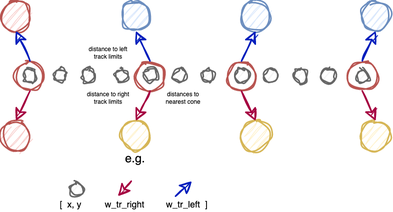
Above: img/Optimization_Service_Input_Transformer_3.png in Beomar97/path-planning-docs (draw.io), before the change. Source tidied: cells renumbered, new cells last; positions are measured from the earlier drawing's top-left corner, leaving out a move shared by most shapes.
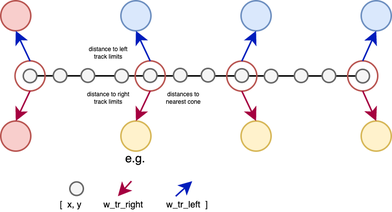
After the commit.

Diff of the diagram source:
```diff
@@ -2,140 +2,146 @@
   <root>
     <mxCell id="0" />
     <mxCell id="1" parent="0" />
-    <mxCell id="2" style="ellipse;whiteSpace=wrap;html=1;sketch=1;fillColor=#dae8fc;strokeColor=#6c8ebf;fontFamily=Helvetica;" parent="1" vertex="1">
-      <mxGeometry x="80" width="20" height="20" as="geometry" />
+    <mxCell id="2" style="endArrow=none;html=1;rounded=0;sketch=0;entryX=1;entryY=0.5;entryDx=0;entryDy=0;exitX=0;exitY=0.5;exitDx=0;exitDy=0;" parent="1" edge="1">
+      <mxGeometry relative="1" as="geometry">
+        <mxPoint x="15" y="49.9" as="sourcePoint" />
+        <mxPoint x="245.5" y="50" as="targetPoint" />
+      </mxGeometry>
     </mxCell>
-    <mxCell id="3" style="ellipse;whiteSpace=wrap;html=1;sketch=1;fillColor=#dae8fc;strokeColor=#6c8ebf;fontFamily=Helvetica;" parent="1" vertex="1">
-      <mxGeometry x="160" width="20" height="20" as="geometry" />
+    <mxCell id="3" style="ellipse;whiteSpace=wrap;html=1;sketch=0;fillColor=#dae8fc;strokeColor=#6c8ebf;fontFamily=Helvetica;" parent="1" vertex="1">
+      <mxGeometry x="80" width="20" height="20" as="geometry" />
     </mxCell>
-    <mxCell id="4" style="ellipse;whiteSpace=wrap;html=1;sketch=1;fillColor=#dae8fc;strokeColor=#6c8ebf;fontFamily=Helvetica;" parent="1" vertex="1">
-      <mxGeometry x="240" width="20" height="20" as="geometry" />
+    <mxCell id="4" style="ellipse;whiteSpace=wrap;html=1;sketch=0;fillColor=#dae8fc;strokeColor=#6c8ebf;fontFamily=Helvetica;" parent="1" vertex="1">
+      <mxGeometry x="160" width="20" height="20" as="geometry" />
     </mxCell>
-    <mxCell id="5" style="ellipse;whiteSpace=wrap;html=1;sketch=1;fillColor=#fff2cc;strokeColor=#d6b656;fontFamily=Helvetica;" parent="1" vertex="1">
-      <mxGeometry x="80" y="80" width="20" height="20" as="geometry" />
+    <mxCell id="5" style="ellipse;whiteSpace=wrap;html=1;sketch=0;fillColor=#dae8fc;strokeColor=#6c8ebf;fontFamily=Helvetica;" parent="1" vertex="1">
+      <mxGeometry x="240" width="20" height="20" as="geometry" />
     </mxCell>
-    <mxCell id="6" style="ellipse;whiteSpace=wrap;html=1;sketch=1;fillColor=#fff2cc;strokeColor=#d6b656;fontFamily=Helvetica;" parent="1" vertex="1">
-      <mxGeometry x="160" y="80" width="20" height="20" as="geometry" />
+    <mxCell id="6" style="ellipse;whiteSpace=wrap;html=1;sketch=0;fillColor=#fff2cc;strokeColor=#d6b656;fontFamily=Helvetica;" parent="1" vertex="1">
+      <mxGeometry x="80" y="80" width="20" height="20" as="geometry" />
     </mxCell>
-    <mxCell id="7" style="ellipse;whiteSpace=wrap;html=1;sketch=1;fillColor=#fff2cc;strokeColor=#d6b656;fontFamily=Helvetica;" parent="1" vertex="1">
-      <mxGeometry x="240" y="80" width="20" height="20" as="geometry" />
+    <mxCell id="7" style="ellipse;whiteSpace=wrap;html=1;sketch=0;fillColor=#fff2cc;strokeColor=#d6b656;fontFamily=Helvetica;" parent="1" vertex="1">
+      <mxGeometry x="160" y="80" width="20" height="20" as="geometry" />
     </mxCell>
-    <mxCell id="8" style="ellipse;whiteSpace=wrap;html=1;sketch=1;fillColor=#f5f5f5;strokeColor=#666666;fontColor=#333333;fontFamily=Helvetica;" parent="1" vertex="1">
-      <mxGeometry x="15" y="45.5" width="9" height="9" as="geometry" />
+    <mxCell id="8" style="ellipse;whiteSpace=wrap;html=1;sketch=0;fillColor=#fff2cc;strokeColor=#d6b656;fontFamily=Helvetica;" parent="1" vertex="1">
+      <mxGeometry x="240" y="80" width="20" height="20" as="geometry" />
     </mxCell>
-    <mxCell id="9" style="ellipse;whiteSpace=wrap;html=1;sketch=1;fillColor=#f8cecc;strokeColor=#b85450;fontFamily=Helvetica;" parent="1" vertex="1">
-      <mxGeometry width="20" height="20" as="geometry" />
+    <mxCell id="9" style="ellipse;whiteSpace=wrap;html=1;sketch=0;fillColor=#f5f5f5;strokeColor=#666666;fontColor=#333333;fontFamily=Helvetica;" parent="1" vertex="1">
+      <mxGeometry x="15" y="45.5" width="9" height="9" as="geometry" />
     </mxCell>
-    <mxCell id="10" style="ellipse;whiteSpace=wrap;html=1;sketch=1;fillColor=#f8cecc;strokeColor=#b85450;fontFamily=Helvetica;" parent="1" vertex="1">
-      <mxGeometry y="80" width="20" height="20" as="geometry" />
+    <mxCell id="10" style="ellipse;whiteSpace=wrap;html=1;sketch=0;fillColor=#f8cecc;strokeColor=#b85450;fontFamily=Helvetica;" parent="1" vertex="1">
+      <mxGeometry width="20" height="20" as="geometry" />
     </mxCell>
-    <mxCell id="11" style="ellipse;whiteSpace=wrap;html=1;sketch=1;fillColor=#f5f5f5;strokeColor=#666666;fontColor=#333333;fontFamily=Helvetica;" parent="1" vertex="1">
-      <mxGeometry x="35" y="45.2" width="9" height="9" as="geometry" />
+    <mxCell id="11" style="ellipse;whiteSpace=wrap;html=1;sketch=0;fillColor=#f8cecc;strokeColor=#b85450;fontFamily=Helvetica;" parent="1" vertex="1">
+      <mxGeometry y="80" width="20" height="20" as="geometry" />
     </mxCell>
-    <mxCell id="12" style="ellipse;whiteSpace=wrap;html=1;sketch=1;fillColor=#f5f5f5;strokeColor=#666666;fontColor=#333333;fontFamily=Helvetica;" parent="1" vertex="1">
-      <mxGeometry x="53.5" y="45.2" width="9" height="9" as="geometry" />
+    <mxCell id="12" style="ellipse;whiteSpace=wrap;html=1;sketch=0;fillColor=#f5f5f5;strokeColor=#666666;fontColor=#333333;fontFamily=Helvetica;" parent="1" vertex="1">
+      <mxGeometry x="35" y="45.2" width="9" height="9" as="geometry" />
     </mxCell>
-    <mxCell id="13" style="ellipse;whiteSpace=wrap;html=1;sketch=1;fillColor=#f5f5f5;strokeColor=#666666;fontColor=#333333;fontFamily=Helvetica;" parent="1" vertex="1">
-      <mxGeometry x="76" y="45.5" width="9" height="9" as="geometry" />
+    <mxCell id="13" style="ellipse;whiteSpace=wrap;html=1;sketch=0;fillColor=#f5f5f5;strokeColor=#666666;fontColor=#333333;fontFamily=Helvetica;" parent="1" vertex="1">
+      <mxGeometry x="53.5" y="45.2" width="9" height="9" as="geometry" />
     </mxCell>
-    <mxCell id="14" style="ellipse;whiteSpace=wrap;html=1;sketch=1;fillColor=#f5f5f5;strokeColor=#666666;fontColor=#333333;fontFamily=Helvetica;" parent="1" vertex="1">
-      <mxGeometry x="95" y="45.2" width="9" height="9" as="geometry" />
+    <mxCell id="14" style="ellipse;whiteSpace=wrap;html=1;sketch=0;fillColor=#f5f5f5;strokeColor=#666666;fontColor=#333333;fontFamily=Helvetica;" parent="1" vertex="1">
+      <mxGeometry x="76" y="45.5" width="9" height="9" as="geometry" />
     </mxCell>
-    <mxCell id="15" style="ellipse;whiteSpace=wrap;html=1;sketch=1;fillColor=#f5f5f5;strokeColor=#666666;fontColor=#333333;fontFamily=Helvetica;" parent="1" vertex="1">
-      <mxGeometry x="115" y="45" width="9" height="9" as="geometry" />
+    <mxCell id="15" style="ellipse;whiteSpace=wrap;html=1;sketch=0;fillColor=#f5f5f5;strokeColor=#666666;fontColor=#333333;fontFamily=Helvetica;" parent="1" vertex="1">
+      <mxGeometry x="95" y="45.2" width="9" height="9" as="geometry" />
     </mxCell>
-    <mxCell id="16" style="ellipse;whiteSpace=wrap;html=1;sketch=1;fillColor=#f5f5f5;strokeColor=#666666;fontColor=#333333;fontFamily=Helvetica;" parent="1" vertex="1">
-      <mxGeometry x="133.5" y="45" width="9" height="9" as="geometry" />
+    <mxCell id="16" style="ellipse;whiteSpace=wrap;html=1;sketch=0;fillColor=#f5f5f5;strokeColor=#666666;fontColor=#333333;fontFamily=Helvetica;" parent="1" vertex="1">
+      <mxGeometry x="115" y="45" width="9" height="9" as="geometry" />
     </mxCell>
-    <mxCell id="17" style="ellipse;whiteSpace=wrap;html=1;sketch=1;fillColor=#f5f5f5;strokeColor=#666666;fontColor=#333333;fontFamily=Helvetica;" parent="1" vertex="1">
-      <mxGeometry x="156" y="45.2" width="9" height="9" as="geometry" />
+    <mxCell id="17" style="ellipse;whiteSpace=wrap;html=1;sketch=0;fillColor=#f5f5f5;strokeColor=#666666;fontColor=#333333;fontFamily=Helvetica;" parent="1" vertex="1">
+      <mxGeometry x="133.5" y="45" width="9" height="9" as="geometry" />
     </mxCell>
-    <mxCell id="18" style="ellipse;whiteSpace=wrap;html=1;sketch=1;fillColor=#f5f5f5;strokeColor=#666666;fontColor=#333333;fontFamily=Helvetica;" parent="1" vertex="1">
-      <mxGeometry x="175.5" y="45.6" width="9" height="9" as="geometry" />
+    <mxCell id="18" style="ellipse;whiteSpace=wrap;html=1;sketch=0;fillColor=#f5f5f5;strokeColor=#666666;fontColor=#333333;fontFamily=Helvetica;" parent="1" vertex="1">
+      <mxGeometry x="156" y="45.2" width="9" height="9" as="geometry" />
     </mxCell>
-    <mxCell id="19" style="ellipse;whiteSpace=wrap;html=1;sketch=1;fillColor=#f5f5f5;strokeColor=#666666;fontColor=#333333;fontFamily=Helvetica;" parent="1" vertex="1">
-      <mxGeometry x="195.5" y="45.4" width="9" height="9" as="geometry" />
+    <mxCell id="19" style="ellipse;whiteSpace=wrap;html=1;sketch=0;fillColor=#f5f5f5;strokeColor=#666666;fontColor=#333333;fontFamily=Helvetica;" parent="1" vertex="1">
+      <mxGeometry x="175.5" y="45.6" width="9" height="9" as="geometry" />
     </mxCell>
-    <mxCell id="20" style="ellipse;whiteSpace=wrap;html=1;sketch=1;fillColor=#f5f5f5;strokeColor=#666666;fontColor=#333333;fontFamily=Helvetica;" parent="1" vertex="1">
-      <mxGeometry x="214" y="45.4" width="9" height="9" as="geometry" />
+    <mxCell id="20" style="ellipse;whiteSpace=wrap;html=1;sketch=0;fillColor=#f5f5f5;strokeColor=#666666;fontColor=#333333;fontFamily=Helvetica;" parent="1" vertex="1">
+      <mxGeometry x="195.5" y="45.4" width="9" height="9" as="geometry" />
     </mxCell>
-    <mxCell id="21" style="ellipse;whiteSpace=wrap;html=1;sketch=1;fillColor=#f5f5f5;strokeColor=#666666;fontColor=#333333;fontFamily=Helvetica;" parent="1" vertex="1">
-      <mxGeometry x="236.5" y="45.6" width="9" height="9" as="geometry" />
+    <mxCell id="21" style="ellipse;whiteSpace=wrap;html=1;sketch=0;fillColor=#f5f5f5;strokeColor=#666666;fontColor=#333333;fontFamily=Helvetica;" parent="1" vertex="1">
+      <mxGeometry x="214" y="45.4" width="9" height="9" as="geometry" />
     </mxCell>
-    <mxCell id="22" style="ellipse;whiteSpace=wrap;html=1;sketch=1;fillColor=none;strokeColor=#b85450;fontFamily=Helvetica;" parent="1" vertex="1">
-      <mxGeometry x="9.5" y="40" width="20" height="20" as="geometry" />
+    <mxCell id="22" style="ellipse;whiteSpace=wrap;html=1;sketch=0;fillColor=#f5f5f5;strokeColor=#666666;fontColor=#333333;fontFamily=Helvetica;" parent="1" vertex="1">
+      <mxGeometry x="236.5" y="45.6" width="9" height="9" as="geometry" />
     </mxCell>
-    <mxCell id="23" style="ellipse;whiteSpace=wrap;html=1;sketch=1;fillColor=none;strokeColor=#b85450;fontFamily=Helvetica;" parent="1" vertex="1">
-      <mxGeometry x="89.5" y="40" width="20" height="20" as="geometry" />
+    <mxCell id="23" style="ellipse;whiteSpace=wrap;html=1;sketch=0;fillColor=none;strokeColor=#b85450;fontFamily=Helvetica;" parent="1" vertex="1">
+      <mxGeometry x="9.5" y="40" width="20" height="20" as="geometry" />
     </mxCell>
-    <mxCell id="24" style="ellipse;whiteSpace=wrap;html=1;sketch=1;fillColor=none;strokeColor=#b85450;fontFamily=Helvetica;" parent="1" vertex="1">
-      <mxGeometry x="150.5" y="40.1" width="20" height="20" as="geometry" />
+    <mxCell id="24" style="ellipse;whiteSpace=wrap;html=1;sketch=0;fillColor=none;strokeColor=#b85450;fontFamily=Helvetica;" parent="1" vertex="1">
+      <mxGeometry x="89.5" y="40" width="20" height="20" as="geometry" />
     </mxCell>
-    <mxCell id="25" style="ellipse;whiteSpace=wrap;html=1;sketch=1;fillColor=none;strokeColor=#b85450;fontFamily=Helvetica;" parent="1" vertex="1">
-      <mxGeometry x="231" y="40" width="20" height="20" as="geometry" />
+    <mxCell id="25" style="ellipse;whiteSpace=wrap;html=1;sketch=0;fillColor=none;strokeColor=#b85450;fontFamily=Helvetica;" parent="1" vertex="1">
+      <mxGeometry x="150.5" y="40.1" width="20" height="20" as="geometry" />
     </mxCell>
-    <mxCell id="26" style="endArrow=classic;html=1;rounded=0;sketch=1;entryX=0.5;entryY=1;entryDx=0;entryDy=0;exitX=0.5;exitY=0;exitDx=0;exitDy=0;fillColor=#0050ef;strokeColor=#001DBC;fontFamily=Helvetica;" parent="1" edge="1" source="22" target="9">
-      <mxGeometry relative="1" as="geometry" />
+    <mxCell id="26" style="ellipse;whiteSpace=wrap;html=1;sketch=0;fillColor=none;strokeColor=#b85450;fontFamily=Helvetica;" parent="1" vertex="1">
+      <mxGeometry x="231" y="40" width="20" height="20" as="geometry" />
     </mxCell>
-    <mxCell id="27" style="endArrow=classic;html=1;rounded=0;sketch=1;entryX=0.5;entryY=0;entryDx=0;entryDy=0;exitX=0.5;exitY=1;exitDx=0;exitDy=0;fillColor=#d80073;strokeColor=#A50040;fontFamily=Helvetica;" parent="1" edge="1" source="22" target="10">
+    <mxCell id="27" style="endArrow=classic;html=1;rounded=0;sketch=0;entryX=0.5;entryY=1;entryDx=0;entryDy=0;exitX=0.5;exitY=0;exitDx=0;exitDy=0;fillColor=#0050ef;strokeColor=#001DBC;fontFamily=Helvetica;" parent="1" edge="1" source="23" target="10">
       <mxGeometry relative="1" as="geometry" />
     </mxCell>
-    <mxCell id="28" style="endArrow=classic;html=1;rounded=0;sketch=1;entryX=0.5;entryY=1;entryDx=0;entryDy=0;exitX=0.5;exitY=0;exitDx=0;exitDy=0;fillColor=#0050ef;strokeColor=#001DBC;fontFamily=Helvetica;" parent="1" edge="1" source="23" target="2">
+    <mxCell id="28" style="endArrow=classic;html=1;rounded=0;sketch=0;entryX=0.5;entryY=0;entryDx=0;entryDy=0;exitX=0.5;exitY=1;exitDx=0;exitDy=0;fillColor=#d80073;strokeColor=#A50040;fontFamily=Helvetica;" parent="1" edge="1" source="23" target="11">
       <mxGeometry relative="1" as="geometry" />
     </mxCell>
-    <mxCell id="29" style="endArrow=classic;html=1;rounded=0;sketch=1;entryX=0.5;entryY=0;entryDx=0;entryDy=0;exitX=0.5;exitY=1;exitDx=0;exitDy=0;fillColor=#d80073;strokeColor=#A50040;fontFamily=Helvetica;" parent="1" edge="1" source="23" target="5">
+    <mxCell id="29" style="endArrow=classic;html=1;rounded=0;sketch=0;entryX=0.5;entryY=1;entryDx=0;entryDy=0;exitX=0.5;exitY=0;exitDx=0;exitDy=0;fillColor=#0050ef;strokeColor=#001DBC;fontFamily=Helvetica;" parent="1" edge="1" source="24" target="3">
       <mxGeometry relative="1" as="geometry" />
     </mxCell>
-    <mxCell id="30" style="endArrow=classic;html=1;rounded=0;sketch=1;entryX=0.5;entryY=0;entryDx=0;entryDy=0;exitX=0.5;exitY=1;exitDx=0;exitDy=0;fillColor=#d80073;strokeColor=#A50040;fontFamily=Helvetica;" parent="1" edge="1" source="24" target="6">
+    <mxCell id="30" style="endArrow=classic;html=1;rounded=0;sketch=0;entryX=0.5;entryY=0;entryDx=0;entryDy=0;exitX=0.5;exitY=1;exitDx=0;exitDy=0;fillColor=#d80073;strokeColor=#A50040;fontFamily=Helvetica;" parent="1" edge="1" source="24" target="6">
       <mxGeometry relative="1" as="geometry" />
     </mxCell>
-    <mxCell id="31" style="endArrow=classic;html=1;rounded=0;sketch=1;entryX=0.5;entryY=1;entryDx=0;entryDy=0;exitX=0.5;exitY=0;exitDx=0;exitDy=0;fillColor=#0050ef;strokeColor=#001DBC;fontFamily=Helvetica;" parent="1" edge="1" source="24" target="3">
+    <mxCell id="31" style="endArrow=classic;html=1;rounded=0;sketch=0;entryX=0.5;entryY=0;entryDx=0;entryDy=0;exitX=0.5;exitY=1;exitDx=0;exitDy=0;fillColor=#d80073;strokeColor=#A50040;fontFamily=Helvetica;" parent="1" edge="1" source="25" target="7">
       <mxGeometry relative="1" as="geometry" />
     </mxCell>
-    <mxCell id="32" style="endArrow=classic;html=1;rounded=0;sketch=1;entryX=0.5;entryY=1;entryDx=0;entryDy=0;exitX=0.5;exitY=0;exitDx=0;exitDy=0;fillColor=#0050ef;strokeColor=#001DBC;fontFamily=Helvetica;" parent="1" edge="1" source="25" target="4">
+    <mxCell id="32" style="endArrow=classic;html=1;rounded=0;sketch=0;entryX=0.5;entryY=1;entryDx=0;entryDy=0;exitX=0.5;exitY=0;exitDx=0;exitDy=0;fillColor=#0050ef;strokeColor=#001DBC;fontFamily=Helvetica;" parent="1" edge="1" source="25" target="4">
       <mxGeometry relative="1" as="geometry" />
     </mxCell>
-    <mxCell id="33" style="endArrow=classic;html=1;rounded=0;sketch=1;entryX=0.5;entryY=0;entryDx=0;entryDy=0;exitX=0.5;exitY=1;exitDx=0;exitDy=0;fillColor=#d80073;strokeColor=#A50040;fontFamily=Helvetica;" parent="1" edge="1" source="25" target="7">
+    <mxCell id="33" style="endArrow=classic;html=1;rounded=0;sketch=0;entryX=0.5;entryY=1;entryDx=0;entryDy=0;exitX=0.5;exitY=0;exitDx=0;exitDy=0;fillColor=#0050ef;strokeColor=#001DBC;fontFamily=Helvetica;" parent="1" edge="1" source="26" target="5">
       <mxGeometry relative="1" as="geometry" />
     </mxCell>
-    <mxCell id="34" value="distances to nearest cone" style="text;html=1;strokeColor=none;fillColor=none;align=center;verticalAlign=middle;whiteSpace=wrap;rounded=0;fontSize=4;fontFamily=Helvetica;" parent="1" vertex="1">
-      <mxGeometry x="104" y="60.1" width="35.5" height="9.4" as="geometry" />
+    <mxCell id="34" style="endArrow=classic;html=1;rounded=0;sketch=0;entryX=0.5;entryY=0;entryDx=0;entryDy=0;exitX=0.5;exitY=1;exitDx=0;exitDy=0;fillColor=#d80073;strokeColor=#A50040;fontFamily=Helvetica;" parent="1" edge="1" source="26" target="8">
+      <mxGeometry relative="1" as="geometry" />
     </mxCell>
-    <mxCell id="35" value="distance to left track limits" style="text;html=1;strokeColor=none;fillColor=none;align=center;verticalAlign=middle;whiteSpace=wrap;rounded=0;fontSize=4;fontFamily=Helvetica;" parent="1" vertex="1">
-      <mxGeometry x="54" y="30.6" width="35.5" height="9.4" as="geometry" />
+    <mxCell id="35" value="distances to nearest cone" style="text;html=1;strokeColor=none;fillColor=none;align=center;verticalAlign=middle;whiteSpace=wrap;rounded=0;fontSize=4;fontFamily=Helvetica;sketch=0;" parent="1" vertex="1">
+      <mxGeometry x="104" y="60.1" width="35.5" height="9.4" as="geometry" />
     </mxCell>
-    <mxCell id="36" value="distance to right track limits" style="text;html=1;strokeColor=none;fillColor=none;align=center;verticalAlign=middle;whiteSpace=wrap;rounded=0;fontSize=4;fontFamily=Helvetica;" parent="1" vertex="1">
-      <mxGeometry x="54" y="60.1" width="35.5" height="9.4" as="geometry" />
+    <mxCell id="36" value="distance to left track limits" style="text;html=1;strokeColor=none;fillColor=none;align=center;verticalAlign=middle;whiteSpace=wrap;rounded=0;fontSize=4;fontFamily=Helvetica;sketch=0;" parent="1" vertex="1">
+      <mxGeometry x="54" y="30.6" width="35.5" height="9.4" as="geometry" />
     </mxCell>
-    <mxCell id="37" value="e.g." style="text;html=1;strokeColor=none;fillColor=none;align=center;verticalAlign=middle;whiteSpace=wrap;rounded=0;fontFamily=Helvetica;fontSize=8;" parent="1" vertex="1">
-      <mxGeometry x="80" y="100" width="20" height="10" as="geometry" />
+    <mxCell id="37" value="distance to right track limits" style="text;html=1;strokeColor=none;fillColor=none;align=center;verticalAlign=middle;whiteSpace=wrap;rounded=0;fontSize=4;fontFamily=Helvetica;sketch=0;" parent="1" vertex="1">
+      <mxGeometry x="54" y="60.1" width="35.5" height="9.4" as="geometry" />
     </mxCell>
-    <mxCell id="38" style="group;fontFamily=Helvetica;" parent="1" vertex="1">
-      <mxGeometry x="37" y="120" width="106" height="19.5" as="geometry" />
+    <mxCell id="38" value="e.g." style="text;html=1;strokeColor=none;fillColor=none;align=center;verticalAlign=middle;whiteSpace=wrap;rounded=0;fontFamily=Helvetica;fontSize=8;sketch=0;" parent="1" vertex="1">
+      <mxGeometry x="80" y="100" width="20" height="10" as="geometry" />
     </mxCell>
-    <mxCell id="39" style="ellipse;whiteSpace=wrap;html=1;sketch=1;fillColor=#f5f5f5;strokeColor=#666666;fontColor=#333333;fontFamily=Helvetica;" parent="38" vertex="1">
-      <mxGeometry x="9" y="0.5" width="9" height="9" as="geometry" />
+    <mxCell id="39" style="group;fontFamily=Helvetica;sketch=0;" parent="1" vertex="1">
+      <mxGeometry x="37" y="120" width="106" height="19.5" as="geometry" />
     </mxCell>
-    <mxCell id="40" style="endArrow=classic;html=1;rounded=0;sketch=1;exitX=0.5;exitY=1;exitDx=0;exitDy=0;fillColor=#d80073;strokeColor=#A50040;fontFamily=Helvetica;" parent="38" edge="1">
-      <mxGeometry relative="1" as="geometry">
-        <mxPoint x="50" as="sourcePoint" />
-        <mxPoint x="41" y="10" as="targetPoint" />
-      </mxGeometry>
+    <mxCell id="40" style="ellipse;whiteSpace=wrap;html=1;sketch=0;fillColor=#f5f5f5;strokeColor=#666666;fontColor=#333333;fontFamily=Helvetica;" parent="39" vertex="1">
+      <mxGeometry x="9" y="0.5" width="9" height="9" as="geometry" />
     </mxCell>
-    <mxCell id="41" style="endArrow=classic;html=1;rounded=0;sketch=1;exitX=0.5;exitY=1;exitDx=0;exitDy=0;fillColor=#0050ef;strokeColor=#001DBC;fontFamily=Helvetica;" parent="38" edge="1">
+    <mxCell id="41" style="endArrow=classic;html=1;rounded=0;sketch=0;exitX=0.5;exitY=1;exitDx=0;exitDy=0;fillColor=#d80073;strokeColor=#A50040;fontFamily=Helvetica;" parent="39" edge="1">
       <mxGeometry relative="1" as="geometry">
-        <mxPoint x="79.5" y="10" as="sourcePoint" />
-        <mxPoint x="90.5" as="targetPoint" />
+        <mxPoint x="50" as="sourcePoint" />
+        <mxPoint x="41" y="10" as="targetPoint" />
       </mxGeometry>
     </mxCell>
-    <mxCell id="42" value="[&amp;nbsp; x, y" style="text;html=1;strokeColor=none;fillColor=none;align=center;verticalAlign=middle;whiteSpace=wrap;rounded=0;fontFamily=Helvetica;fontSize=6;" parent="38" vertex="1">
-      <mxGeometry y="9.5" width="20" height="10" as="geometry" />
+    <mxCell id="42" style="endArrow=classic;html=1;rounded=0;sketch=0;exitX=0.5;exitY=1;exitDx=0;exitDy=0;fillColor=#0050ef;strokeColor=#001DBC;fontFamily=Helvetica;" parent="39" edge="1">
+      <mxGeometry relative="1" as="geometry">
+        <mxPoint x="79.5" y="10" as="sourcePoint" />
+        <mxPoint x="90.5" as="targetPoint" />
+      </mxGeometry>
     </mxCell>
-    <mxCell id="43" value="w_tr_right" style="text;html=1;strokeColor=none;fillColor=none;align=center;verticalAlign=middle;whiteSpace=wrap;rounded=0;fontFamily=Helvetica;fontSize=6;" parent="38" vertex="1">
-      <mxGeometry x="35.5" y="9.5" width="20" height="10" as="geometry" />
+    <mxCell id="43" value="[&amp;nbsp; x, y" style="text;html=1;strokeColor=none;fillColor=none;align=center;verticalAlign=middle;whiteSpace=wrap;rounded=0;fontFamily=Helvetica;fontSize=6;sketch=0;" parent="39" vertex="1">
+      <mxGeometry y="9.5" width="20" height="10" as="geometry" />
     </mxCell>
-    <mxCell id="44" value="w_tr_left&amp;nbsp; ]" style="text;html=1;strokeColor=none;fillColor=none;align=center;verticalAlign=middle;whiteSpace=wrap;rounded=0;fontFamily=Helvetica;fontSize=6;" parent="38" vertex="1">
-      <mxGeometry x="69" y="9.5" width="37" height="10" as="geometry" />
+    <mxCell id="44" value="w_tr_right" style="text;html=1;strokeColor=none;fillColor=none;align=center;verticalAlign=middle;whiteSpace=wrap;rounded=0;fontFamily=Helvetica;fontSize=6;sketch=0;" parent="39" vertex="1">
+      <mxGeometry x="35.5" y="9.5" width="20" height="10" as="geometry" />
     </mxCell>
+    <mxCell id="45" value="w_tr_left&amp;nbsp; ]" style="text;html=1;strokeColor=none;fillColor=none;align=center;verticalAlign=middle;whiteSpace=wrap;rounded=0;fontFamily=Helvetica;fontSize=6;sketch=0;" parent="39" vertex="1">
+      <mxGeometry x="69" y="9.5" width="37" height="10" as="geometry" />
+    </mxCell>
   </root>
 </mxGraphModel>
```
